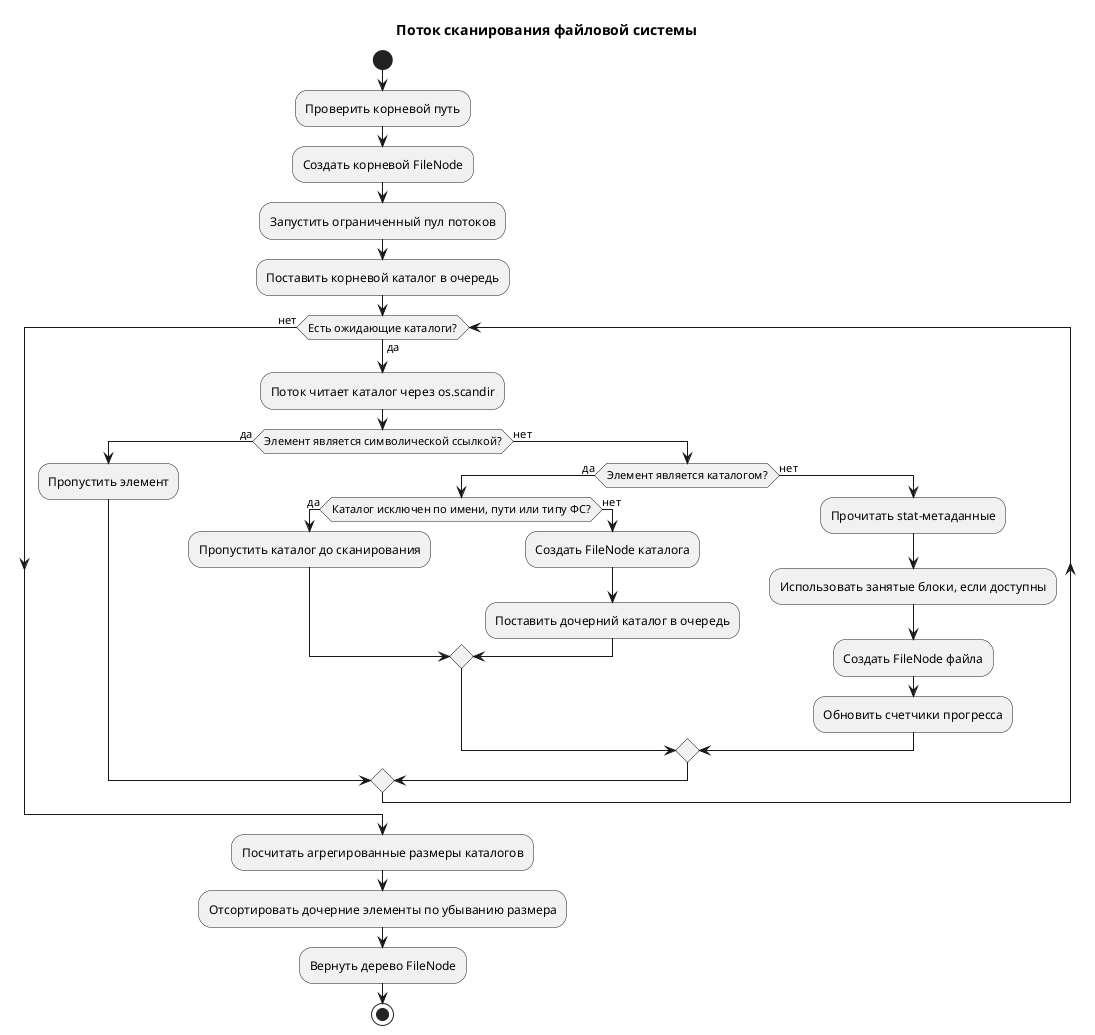
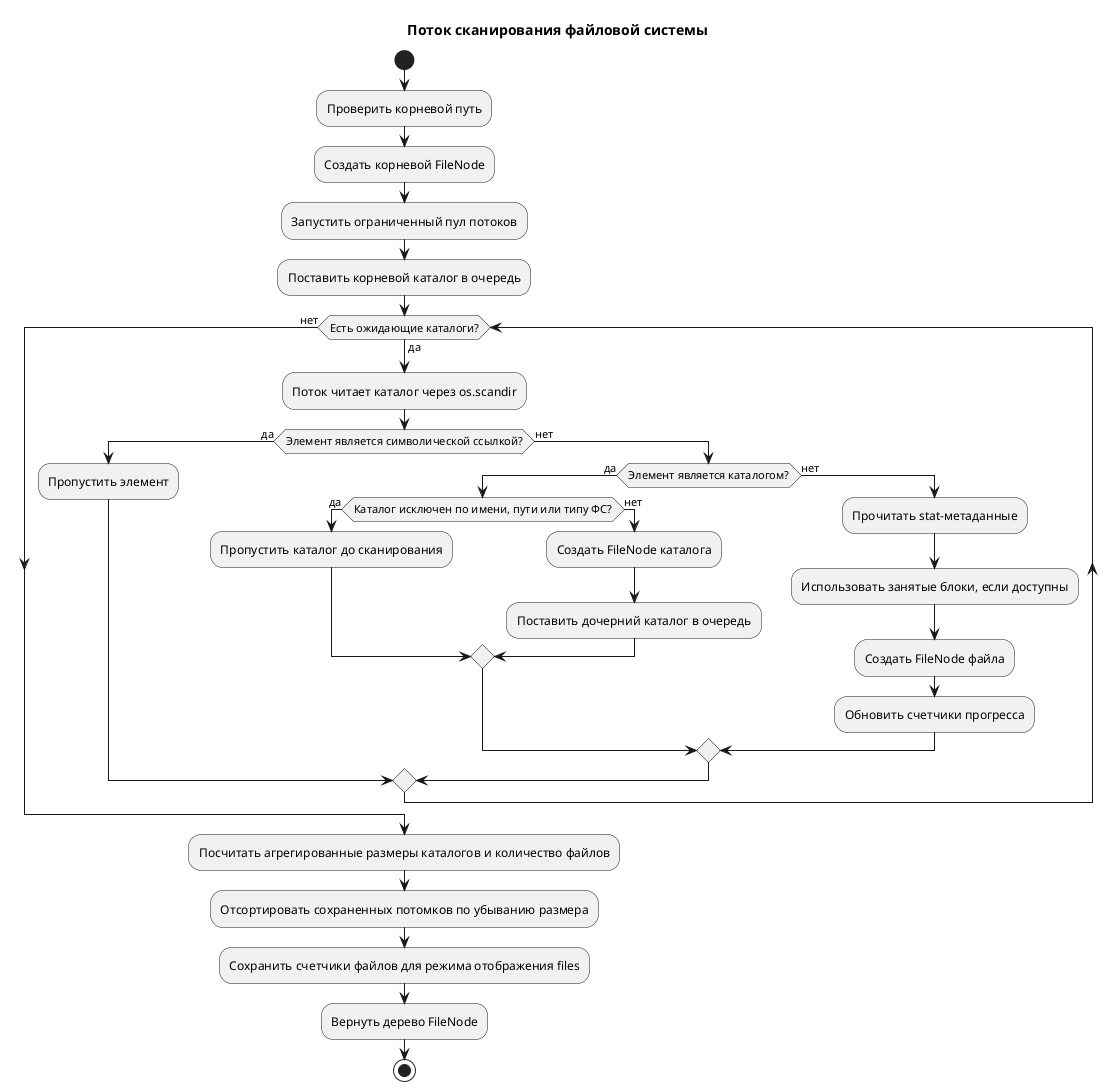
@startuml
title Поток сканирования файловой системы

start
:Проверить корневой путь;
:Создать корневой FileNode;
:Запустить ограниченный пул потоков;
:Поставить корневой каталог в очередь;

while (Есть ожидающие каталоги?) is (да)
  :Поток читает каталог через os.scandir;
  if (Элемент является символической ссылкой?) then (да)
    :Пропустить элемент;
  else (нет)
    if (Элемент является каталогом?) then (да)
      if (Каталог исключен по имени, пути или типу ФС?) then (да)
        :Пропустить каталог до сканирования;
      else (нет)
        :Создать FileNode каталога;
        :Поставить дочерний каталог в очередь;
      endif
    else (нет)
      :Прочитать stat-метаданные;
      :Использовать занятые блоки, если доступны;
      :Создать FileNode файла;
      :Обновить счетчики прогресса;
    endif
  endif
endwhile (нет)

- :Посчитать агрегированные размеры каталогов;
- :Отсортировать дочерние элементы по убыванию размера;
+ :Посчитать агрегированные размеры каталогов и количество файлов;
+ :Отсортировать сохраненных потомков по убыванию размера;
+ :Сохранить счетчики файлов для режима отображения files;
:Вернуть дерево FileNode;
stop

@enduml
